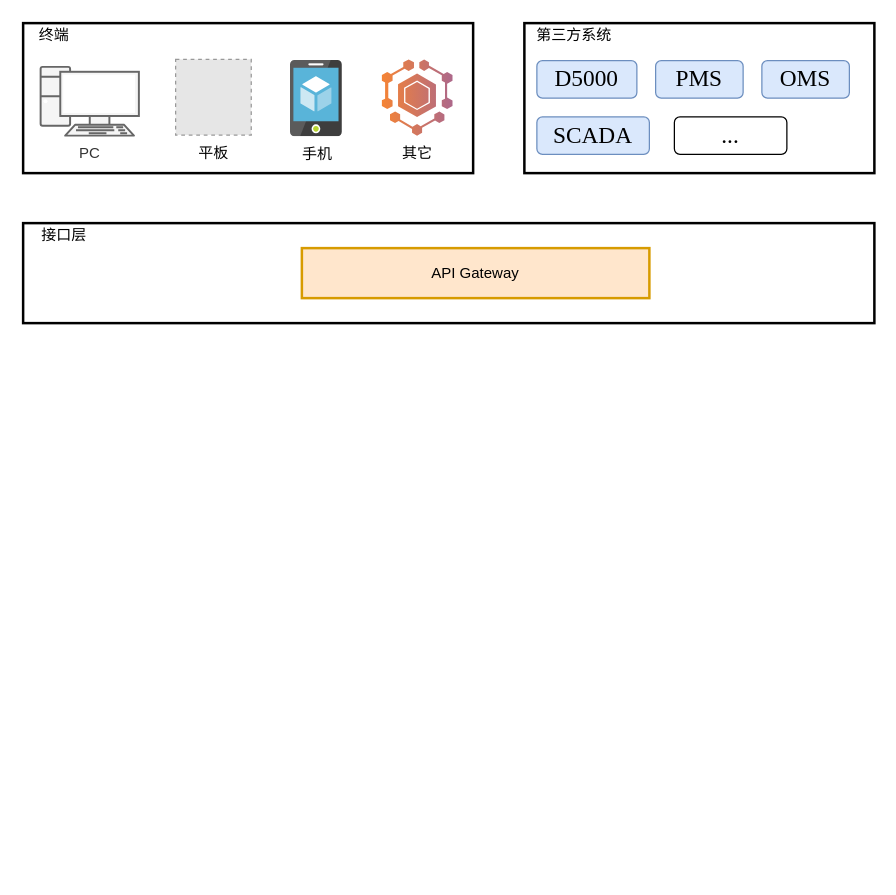
This is 易达智慧运维监控系统v2.0.drawio from wangyufei0807/draw, a draw.io file, before an edit. Source tidied: cells renumbered, new cells numbered last; positions are measured from the earlier drawing's top-left corner, leaving out a move shared by most shapes. Both pictures are drawn from the tidied source at 125%, with x=0, y=0 at pixel (22, 22). Pictures stored in the file or linked from it are replaced by grey dashed boxes.
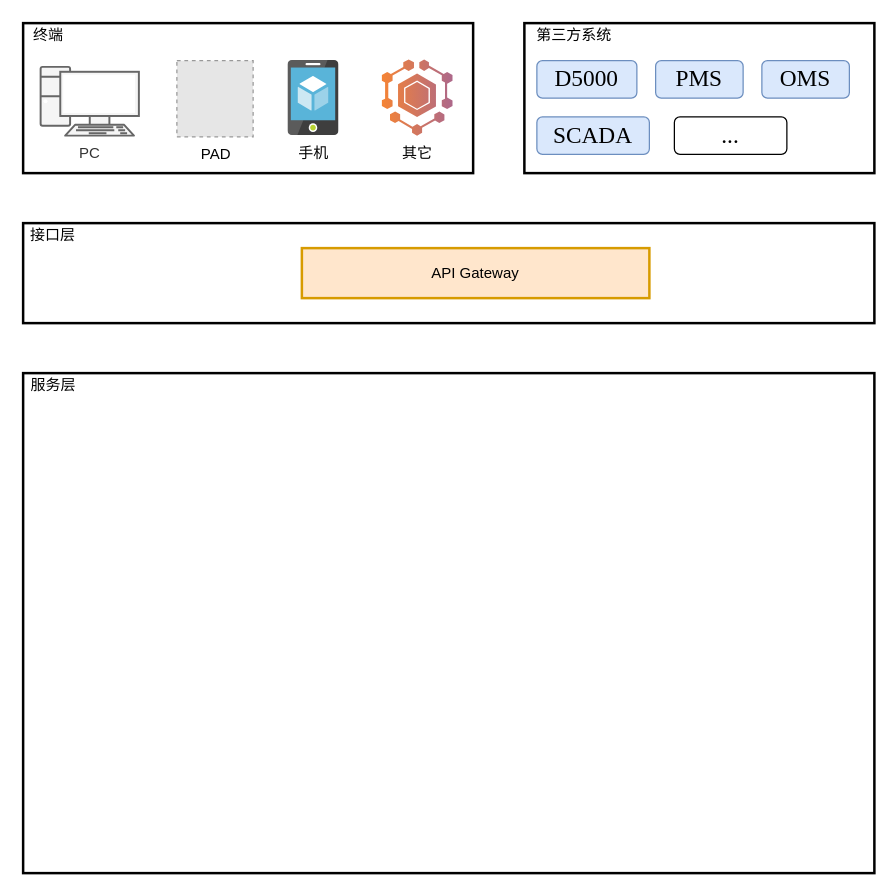
Above is the later version.

Commit message (it also covers changes not shown here):
更新易达智慧运维监控系统v2.0.drawio

Diff of the diagram source:
```diff
@@
 <mxGraphModel>
   <root>
     <mxCell id="0" />
     <mxCell id="1" parent="0" />
     <mxCell id="2" style="rounded=0;whiteSpace=wrap;html=1;strokeWidth=2;" parent="1" vertex="1">
       <mxGeometry width="360" height="120" as="geometry" />
     </mxCell>
     <mxCell id="3" style="rounded=0;whiteSpace=wrap;html=1;strokeWidth=2;" parent="1" vertex="1">
       <mxGeometry x="401" width="280" height="120" as="geometry" />
     </mxCell>
     <mxCell id="4" value="终端" style="text;html=1;strokeColor=none;fillColor=none;align=center;verticalAlign=middle;whiteSpace=wrap;rounded=0;" parent="1" vertex="1">
-      <mxGeometry width="50" height="20" as="geometry" />
+      <mxGeometry width="41" height="20" as="geometry" />
     </mxCell>
     <mxCell id="5" value="第三方系统" style="text;html=1;strokeColor=none;fillColor=none;align=center;verticalAlign=middle;whiteSpace=wrap;rounded=0;" parent="1" vertex="1">
       <mxGeometry x="401" width="80" height="20" as="geometry" />
     </mxCell>
     <mxCell id="6" value="&lt;span lang=&quot;EN-US&quot; style=&quot;white-space: normal ; font-size: 14pt ; font-family: &amp;#34;tim&amp;#34; , serif&quot;&gt;D5000&lt;/span&gt;&lt;span style=&quot;font-size: medium ; white-space: normal&quot;&gt;&lt;/span&gt;" style="rounded=1;whiteSpace=wrap;html=1;fillColor=#dae8fc;strokeColor=#6c8ebf;" parent="1" vertex="1">
       <mxGeometry x="411" y="30" width="80" height="30" as="geometry" />
     </mxCell>
     <mxCell id="7" value="&lt;span lang=&quot;EN-US&quot; style=&quot;white-space: normal ; font-size: 14pt ; font-family: &amp;#34;tim&amp;#34; , serif&quot;&gt;PMS&lt;/span&gt;&lt;span style=&quot;font-size: medium ; white-space: normal&quot;&gt;&lt;/span&gt;" style="rounded=1;whiteSpace=wrap;html=1;fillColor=#dae8fc;strokeColor=#6c8ebf;" parent="1" vertex="1">
       <mxGeometry x="506" y="30" width="70" height="30" as="geometry" />
     </mxCell>
     <mxCell id="8" value="&lt;span lang=&quot;EN-US&quot; style=&quot;font-size: 14pt ; font-family: &amp;#34;tim&amp;#34; , serif&quot;&gt;OMS&lt;/span&gt;&lt;span style=&quot;font-size: medium&quot;&gt;&lt;/span&gt;" style="rounded=1;whiteSpace=wrap;html=1;fillColor=#dae8fc;strokeColor=#6c8ebf;" parent="1" vertex="1">
       <mxGeometry x="591" y="30" width="70" height="30" as="geometry" />
     </mxCell>
     <mxCell id="9" value="&lt;span lang=&quot;EN-US&quot; style=&quot;font-size: 14pt ; font-family: &amp;#34;tim&amp;#34; , serif&quot;&gt;SCADA&lt;/span&gt;&lt;span style=&quot;font-size: medium&quot;&gt;&lt;/span&gt;" style="rounded=1;whiteSpace=wrap;html=1;fillColor=#dae8fc;strokeColor=#6c8ebf;" parent="1" vertex="1">
       <mxGeometry x="411" y="75" width="90" height="30" as="geometry" />
     </mxCell>
     <mxCell id="10" value="&lt;span lang=&quot;EN-US&quot; style=&quot;font-size: 14pt ; font-family: &amp;#34;tim&amp;#34; , serif&quot;&gt;...&lt;/span&gt;&lt;span style=&quot;font-size: medium&quot;&gt;&lt;/span&gt;" style="rounded=1;whiteSpace=wrap;html=1;" parent="1" vertex="1">
       <mxGeometry x="521" y="75" width="90" height="30" as="geometry" />
     </mxCell>
     <mxCell id="11" value="PC" style="verticalAlign=top;verticalLabelPosition=bottom;labelPosition=center;align=center;html=1;fillColor=#f5f5f5;strokeColor=#666666;gradientDirection=north;strokeWidth=2;shape=mxgraph.networks.pc;fontColor=#333333;" parent="1" vertex="1">
       <mxGeometry x="14" y="35" width="78.6" height="55" as="geometry" />
     </mxCell>
-    <mxCell id="12" value="平板" style="fillColor=#E6E6E6;strokeColor=#999999;dashed=1;html=1;verticalAlign=top;verticalLabelPosition=bottom;labelBackgroundColor=#ffffff;" parent="1" vertex="1">
-      <mxGeometry x="122" y="29" width="60.5" height="60.5" as="geometry" />
-    </mxCell>
     <mxCell id="13" value="手机" style="html=1;align=center;image;fontSize=12;image=img/lib/mscae/App_Service_Mobile_App.svg;" parent="1" vertex="1">
-      <mxGeometry x="214" y="30" width="41.5" height="61" as="geometry" />
+      <mxGeometry x="212" y="30" width="40.8" height="60" as="geometry" />
     </mxCell>
     <mxCell id="14" value="其它" style="dashed=0;verticalLabelPosition=bottom;verticalAlign=top;align=center;html=1;shape=mxgraph.aws3.mobile_hub;fillColor=#AD688A;gradientColor=#F58435;gradientDirection=west;" parent="1" vertex="1">
       <mxGeometry x="287" y="29" width="56.5" height="61" as="geometry" />
     </mxCell>
     <mxCell id="15" style="rounded=0;whiteSpace=wrap;html=1;strokeWidth=2;" parent="1" vertex="1">
       <mxGeometry y="160" width="681" height="80" as="geometry" />
     </mxCell>
     <mxCell id="16" value="API Gateway" style="rounded=0;whiteSpace=wrap;html=1;strokeWidth=2;fillColor=#ffe6cc;strokeColor=#d79b00;" parent="1" vertex="1">
       <mxGeometry x="223" y="180" width="278" height="40" as="geometry" />
     </mxCell>
     <mxCell id="17" value="接口层" style="text;html=1;strokeColor=none;fillColor=none;align=center;verticalAlign=middle;whiteSpace=wrap;rounded=0;" parent="1" vertex="1">
-      <mxGeometry x="5" y="160" width="56" height="20" as="geometry" />
+      <mxGeometry x="1" y="160" width="46" height="20" as="geometry" />
     </mxCell>
+    <mxCell id="18" value="PAD" style="fillColor=#E6E6E6;strokeColor=#999999;dashed=1;html=1;verticalAlign=top;verticalLabelPosition=bottom;labelBackgroundColor=#ffffff;" parent="1" vertex="1">
+      <mxGeometry x="123" y="30" width="61" height="61" as="geometry" />
+    </mxCell>
+    <mxCell id="19" style="rounded=0;whiteSpace=wrap;html=1;labelBackgroundColor=#333333;strokeWidth=2;fillColor=none;" parent="1" vertex="1">
+      <mxGeometry y="280" width="681" height="400" as="geometry" />
+    </mxCell>
+    <mxCell id="20" value="服务层" style="text;html=1;strokeColor=none;fillColor=none;align=center;verticalAlign=middle;whiteSpace=wrap;rounded=0;labelBackgroundColor=none;" parent="1" vertex="1">
+      <mxGeometry x="1" y="280" width="47" height="20" as="geometry" />
+    </mxCell>
   </root>
 </mxGraphModel>
```
